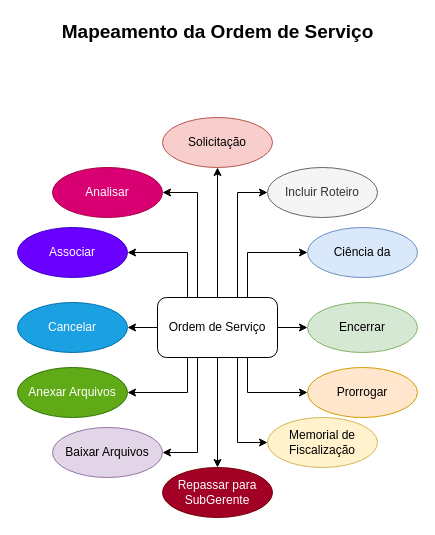
This is mapeamento_os.drawio from alkxyly/drawio, a draw.io file, before an edit. Source tidied: cells renumbered, new cells numbered last; positions are measured from the earlier drawing's top-left corner, leaving out a move shared by most shapes. Both pictures are drawn from the tidied source at 100%, with x=0, y=0 at pixel (17, 17).
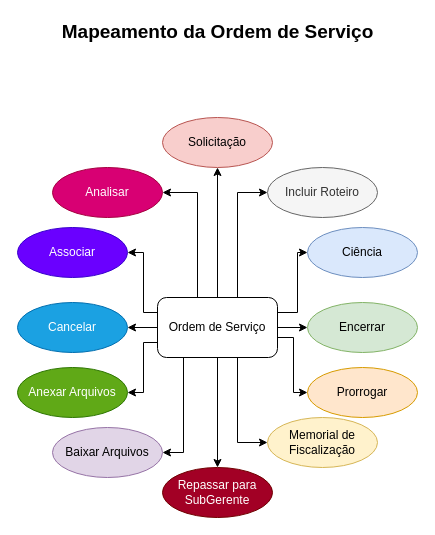
Above is the later version.

The change refers to these unchanged cells:
```xml
<mxCell id="14" value="Ordem de Serviço" style="rounded=1;whiteSpace=wrap;html=1;gradientColor=none;gradientDirection=radial;shadow=0;glass=0;sketch=0;" parent="1" vertex="1">
  <mxGeometry x="140" y="280" width="120" height="60" as="geometry" />
</mxCell>
<mxCell id="17" value="Associar " style="ellipse;whiteSpace=wrap;html=1;fillColor=#6a00ff;fontColor=#ffffff;strokeColor=#3700CC;" parent="1" vertex="1">
  <mxGeometry y="210" width="110" height="50" as="geometry" />
</mxCell>
<mxCell id="19" value="Anexar Arquivos" style="ellipse;whiteSpace=wrap;html=1;fillColor=#60a917;fontColor=#ffffff;strokeColor=#2D7600;" parent="1" vertex="1">
  <mxGeometry y="350" width="110" height="50" as="geometry" />
</mxCell>
<mxCell id="20" value="Baixar Arquivos" style="ellipse;whiteSpace=wrap;html=1;fillColor=#e1d5e7;strokeColor=#9673a6;" parent="1" vertex="1">
  <mxGeometry x="35" y="410" width="110" height="50" as="geometry" />
</mxCell>
<mxCell id="25" value="Prorrogar" style="ellipse;whiteSpace=wrap;html=1;fillColor=#ffe6cc;strokeColor=#d79b00;" parent="1" vertex="1">
  <mxGeometry x="290" y="350" width="110" height="50" as="geometry" />
</mxCell>
```

What changed in the source:
```diff
@@
-    <mxCell id="4" style="edgeStyle=orthogonalEdgeStyle;rounded=0;jettySize=auto;html=1;exitX=0.25;exitY=0;exitDx=0;exitDy=0;entryX=1;entryY=0.5;entryDx=0;entryDy=0;" parent="1" edge="1" source="14" target="17">
-      <mxGeometry relative="1" as="geometry" />
+    <mxCell id="4" style="edgeStyle=orthogonalEdgeStyle;rounded=0;jettySize=auto;html=1;exitX=0;exitY=0.25;exitDx=0;exitDy=0;entryX=1;entryY=0.5;entryDx=0;entryDy=0;" parent="1" edge="1" source="14" target="17">
+      <mxGeometry relative="1" as="geometry">
+        <Array as="points">
+          <mxPoint x="126" y="295" />
+          <mxPoint x="126" y="235" />
+        </Array>
+      </mxGeometry>
     </mxCell>
@@
-    <mxCell id="6" style="edgeStyle=orthogonalEdgeStyle;rounded=0;jettySize=auto;html=1;exitX=0.25;exitY=1;exitDx=0;exitDy=0;entryX=1;entryY=0.5;entryDx=0;entryDy=0;" parent="1" edge="1" source="14" target="19">
-      <mxGeometry relative="1" as="geometry" />
+    <mxCell id="6" style="edgeStyle=orthogonalEdgeStyle;rounded=0;jettySize=auto;html=1;exitX=0;exitY=0.75;exitDx=0;exitDy=0;entryX=1;entryY=0.5;entryDx=0;entryDy=0;" parent="1" edge="1" source="14" target="19">
+      <mxGeometry relative="1" as="geometry">
+        <Array as="points">
+          <mxPoint x="126" y="325" />
+          <mxPoint x="126" y="375" />
+        </Array>
+      </mxGeometry>
     </mxCell>
     <mxCell id="7" style="edgeStyle=orthogonalEdgeStyle;rounded=0;jettySize=auto;html=1;exitX=0.5;exitY=1;exitDx=0;exitDy=0;entryX=1;entryY=0.5;entryDx=0;entryDy=0;" parent="1" edge="1" source="14" target="20">
       <mxGeometry relative="1" as="geometry">
         <Array as="points">
-          <mxPoint x="180" y="340" />
-          <mxPoint x="180" y="435" />
+          <mxPoint x="166" y="340" />
+          <mxPoint x="166" y="435" />
         </Array>
       </mxGeometry>
     </mxCell>
@@
-    <mxCell id="9" style="edgeStyle=orthogonalEdgeStyle;rounded=0;jettySize=auto;html=1;exitX=0.75;exitY=0;exitDx=0;exitDy=0;entryX=0;entryY=0.5;entryDx=0;entryDy=0;" parent="1" edge="1" source="14" target="22">
-      <mxGeometry relative="1" as="geometry" />
-    </mxCell>
@@
-    <mxCell id="11" style="edgeStyle=orthogonalEdgeStyle;rounded=0;jettySize=auto;html=1;exitX=0.75;exitY=1;exitDx=0;exitDy=0;entryX=0;entryY=0.5;entryDx=0;entryDy=0;" parent="1" edge="1" source="14" target="25">
-      <mxGeometry relative="1" as="geometry" />
+    <mxCell id="11" style="edgeStyle=orthogonalEdgeStyle;rounded=0;jettySize=auto;html=1;exitX=1;exitY=0.75;exitDx=0;exitDy=0;entryX=0;entryY=0.5;entryDx=0;entryDy=0;" parent="1" edge="1" source="14" target="25">
+      <mxGeometry relative="1" as="geometry">
+        <Array as="points">
+          <mxPoint x="260" y="320" />
+          <mxPoint x="276" y="320" />
+          <mxPoint x="276" y="375" />
+        </Array>
+      </mxGeometry>
     </mxCell>
@@
+    <mxCell id="9" style="edgeStyle=orthogonalEdgeStyle;rounded=0;jettySize=auto;html=1;exitX=1;exitY=0.25;exitDx=0;exitDy=0;entryX=0;entryY=0.5;entryDx=0;entryDy=0;fontSize=19;" parent="1" edge="1" source="14" target="22">
+      <mxGeometry relative="1" as="geometry">
+        <Array as="points">
+          <mxPoint x="280" y="295" />
+          <mxPoint x="280" y="235" />
+        </Array>
+      </mxGeometry>
+    </mxCell>
@@
-    <mxCell id="22" value="Ciência da " style="ellipse;whiteSpace=wrap;html=1;fillColor=#dae8fc;strokeColor=#6c8ebf;" parent="1" vertex="1">
+    <mxCell id="22" value="Ciência " style="ellipse;whiteSpace=wrap;html=1;fillColor=#dae8fc;strokeColor=#6c8ebf;" parent="1" vertex="1">
       <mxGeometry x="290" y="210" width="110" height="50" as="geometry" />
     </mxCell>
```
